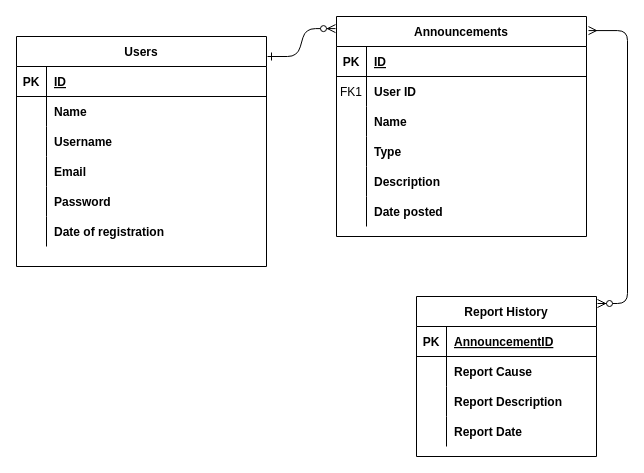
Above: Untitled Diagram.drawio in Ragdety/Community-Board (draw.io), before the change. Source tidied: cells renumbered, new cells numbered last; positions are measured from the earlier drawing's top-left corner, leaving out a move shared by most shapes. Both pictures are drawn from the tidied source at 100%, with x=0, y=0 at pixel (16, 16).
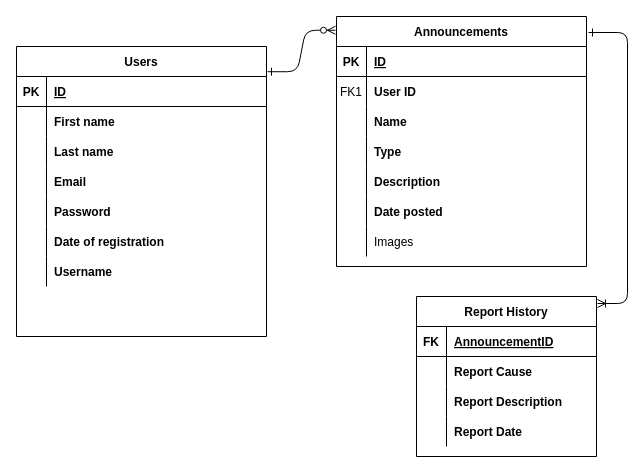
The same diagram, later.

Commit message:
Diagram.announcement

The change refers to these unchanged cells:
```xml
<mxCell id="26" style="shape=partialRectangle;fillColor=none;top=0;left=0;right=0;bottom=0;" parent="22" vertex="1">
  <mxGeometry y="60" width="250" height="30" as="geometry" />
</mxCell>
<mxCell id="42" style="shape=partialRectangle;fillColor=none;top=0;left=0;bottom=1;right=0;" parent="41" vertex="1">
  <mxGeometry y="30" width="180" height="30" as="geometry" />
</mxCell>
```

The edit, as a diff of the source:
```diff
@@
     <mxCell id="3" value="Announcements" style="shape=table;startSize=30;childLayout=tableLayout;rowLines=0;fontStyle=1;align=center;" parent="1" vertex="1">
-      <mxGeometry x="320" width="250" height="220" as="geometry" />
+      <mxGeometry x="320" width="250" height="250" as="geometry" />
     </mxCell>
@@
+    <mxCell id="55" style="shape=partialRectangle;fillColor=none;top=0;left=0;bottom=0;right=0;" parent="3" vertex="1">
+      <mxGeometry y="210" width="250" height="30" as="geometry" />
+    </mxCell>
+    <mxCell id="56" style="shape=partialRectangle;fillColor=none;top=0;left=0;bottom=0;right=0;overflow=hidden;" parent="55" vertex="1">
+      <mxGeometry width="30" height="30" as="geometry" />
+    </mxCell>
+    <mxCell id="57" value="Images" style="shape=partialRectangle;fillColor=none;top=0;left=0;bottom=0;right=0;align=left;spacingLeft=6;overflow=hidden;" parent="55" vertex="1">
+      <mxGeometry x="30" width="220" height="30" as="geometry" />
+    </mxCell>
     <mxCell id="22" value="Users" style="shape=table;startSize=30;childLayout=tableLayout;rowLines=0;fontStyle=1;align=center;" parent="1" vertex="1">
-      <mxGeometry y="20" width="250" height="230" as="geometry" />
+      <mxGeometry y="30" width="250" height="290" as="geometry" />
     </mxCell>
@@
-    <mxCell id="28" value="Name" style="shape=partialRectangle;overflow=hidden;fillColor=none;top=0;left=0;bottom=0;right=0;align=left;spacingLeft=6;fontStyle=1;" parent="26" vertex="1">
+    <mxCell id="28" value="First name" style="shape=partialRectangle;overflow=hidden;fillColor=none;top=0;left=0;bottom=0;right=0;align=left;spacingLeft=6;fontStyle=1;" parent="26" vertex="1">
       <mxGeometry x="30" width="220" height="30" as="geometry" />
     </mxCell>
-    <mxCell id="29" style="shape=partialRectangle;fillColor=none;top=0;left=0;bottom=0;right=0;" parent="22" vertex="1">
-      <mxGeometry y="90" width="250" height="30" as="geometry" />
-    </mxCell>
-    <mxCell id="30" style="shape=partialRectangle;fillColor=none;top=0;left=0;bottom=0;right=0;overflow=hidden;" parent="29" vertex="1">
-      <mxGeometry width="30" height="30" as="geometry" />
-    </mxCell>
-    <mxCell id="31" value="Username" style="shape=partialRectangle;fillColor=none;top=0;left=0;bottom=0;right=0;align=left;spacingLeft=6;overflow=hidden;fontStyle=1;" parent="29" vertex="1">
-      <mxGeometry x="30" width="220" height="30" as="geometry" />
-    </mxCell>
+    <mxCell id="58" style="shape=partialRectangle;fillColor=none;top=0;left=0;bottom=0;right=0;" parent="22" vertex="1">
+      <mxGeometry y="90" width="250" height="30" as="geometry" />
+    </mxCell>
+    <mxCell id="59" style="shape=partialRectangle;fillColor=none;top=0;left=0;bottom=0;right=0;overflow=hidden;" parent="58" vertex="1">
+      <mxGeometry width="30" height="30" as="geometry" />
+    </mxCell>
+    <mxCell id="60" value="Last name" style="shape=partialRectangle;fillColor=none;top=0;left=0;bottom=0;right=0;align=left;spacingLeft=6;overflow=hidden;fontStyle=1;" parent="58" vertex="1">
+      <mxGeometry x="30" width="220" height="30" as="geometry" />
+    </mxCell>
@@
+    <mxCell id="29" style="shape=partialRectangle;fillColor=none;top=0;left=0;bottom=0;right=0;" parent="22" vertex="1">
+      <mxGeometry y="210" width="250" height="30" as="geometry" />
+    </mxCell>
+    <mxCell id="30" style="shape=partialRectangle;fillColor=none;top=0;left=0;bottom=0;right=0;overflow=hidden;" parent="29" vertex="1">
+      <mxGeometry width="30" height="30" as="geometry" />
+    </mxCell>
+    <mxCell id="31" value="Username" style="shape=partialRectangle;fillColor=none;top=0;left=0;bottom=0;right=0;align=left;spacingLeft=6;overflow=hidden;fontStyle=1;" parent="29" vertex="1">
+      <mxGeometry x="30" width="220" height="30" as="geometry" />
+    </mxCell>
@@
-    <mxCell id="43" value="PK" style="shape=partialRectangle;fillColor=none;top=0;left=0;bottom=0;right=0;fontStyle=1;overflow=hidden;" parent="42" vertex="1">
+    <mxCell id="43" value="FK" style="shape=partialRectangle;fillColor=none;top=0;left=0;bottom=0;right=0;fontStyle=1;overflow=hidden;" parent="42" vertex="1">
       <mxGeometry width="30" height="30" as="geometry" />
     </mxCell>
@@
-    <mxCell id="54" style="edgeStyle=entityRelationEdgeStyle;fontSize=12;html=1;endArrow=ERmany;startArrow=ERzeroToMany;entryX=1.008;entryY=0.064;entryDx=0;entryDy=0;startFill=1;entryPerimeter=0;" parent="1" edge="1" target="3">
+    <mxCell id="54" style="edgeStyle=entityRelationEdgeStyle;fontSize=12;html=1;endArrow=ERone;startArrow=ERoneToMany;entryX=1.008;entryY=0.064;entryDx=0;entryDy=0;startFill=0;entryPerimeter=0;endFill=0;" parent="1" edge="1" target="3">
       <mxGeometry relative="1" as="geometry">
         <mxPoint x="581" y="287" as="sourcePoint" />
       </mxGeometry>
     </mxCell>
```
